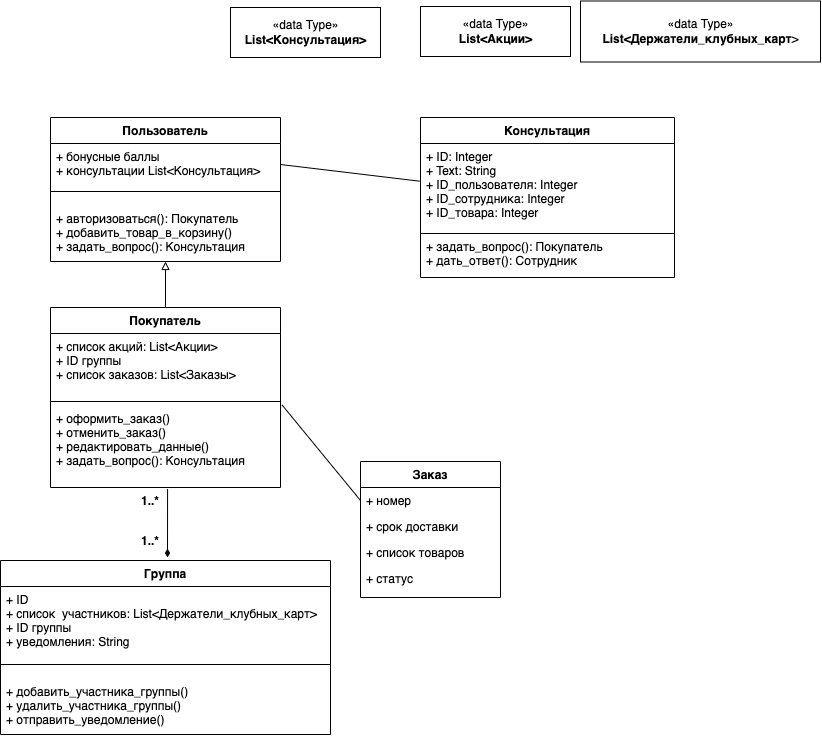
Earlier version of the draw.io export Фон use case: информационной системы компании прямых продаж косметики.drawio.png (shutenkovika/uml). Source tidied: cells renumbered, new cells last; positions are measured from the earlier drawing's top-left corner, leaving out a move shared by most shapes.
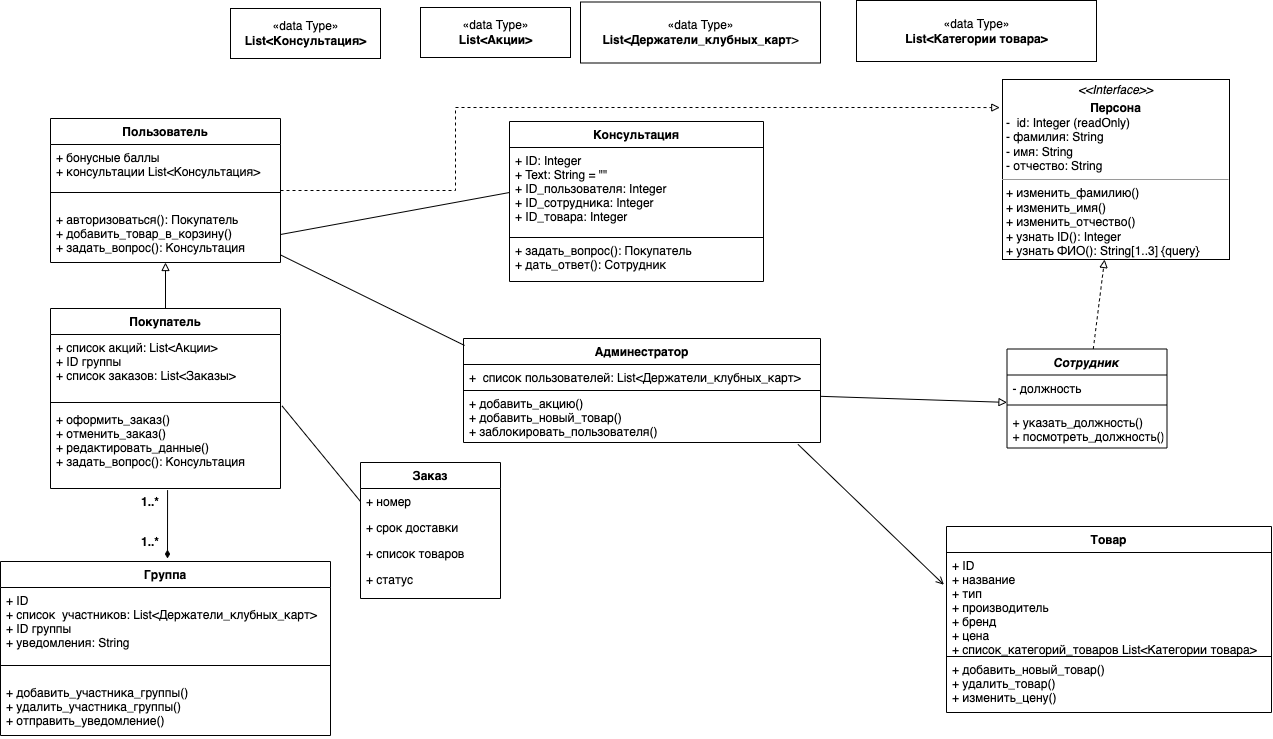
After the change.

Commit message:
Обновление диаграмма классов: информационной системы компании прямых продаж косметики.drawio.png

The edit, as a diff of the source:
```diff
@@ -5,6 +5,15 @@
     <mxCell id="2" style="edgeStyle=orthogonalEdgeStyle;rounded=0;jettySize=auto;html=1;endArrow=none;endFill=0;startArrow=block;startFill=0;" parent="1" edge="1" source="3" target="9">
       <mxGeometry relative="1" as="geometry" />
     </mxCell>
+    <mxCell id="31" style="edgeStyle=orthogonalEdgeStyle;rounded=0;jettySize=auto;html=1;entryX=-0.012;entryY=0.156;entryDx=0;entryDy=0;entryPerimeter=0;dashed=1;fontFamily=Helvetica;fontSize=12;endArrow=block;endFill=0;" parent="1" edge="1" source="3" target="47">
+      <mxGeometry relative="1" as="geometry">
+        <Array as="points">
+          <mxPoint x="455" y="188" />
+          <mxPoint x="455" y="105" />
+          <mxPoint x="970" y="105" />
+        </Array>
+      </mxGeometry>
+    </mxCell>
     <mxCell id="3" value="Пользователь" style="swimlane;fontStyle=1;align=center;verticalAlign=top;horizontal=1;startSize=26;" parent="1" vertex="1">
       <mxGeometry x="50" y="116" width="230" height="144" as="geometry" />
     </mxCell>
@@ -80,19 +89,66 @@
       <mxGeometry y="104" width="140" height="32" as="geometry" />
     </mxCell>
     <mxCell id="27" value="Консультация" style="swimlane;fontStyle=1;horizontal=1;startSize=26;fillColor=default;" parent="1" vertex="1">
-      <mxGeometry x="420" y="116" width="254" height="160" as="geometry" />
+      <mxGeometry x="509" y="119" width="254" height="160" as="geometry" />
     </mxCell>
-    <mxCell id="28" value="+ ID: Integer&#10;+ Text: String&#10;+ ID_пользователя: Integer&#10;+ ID_сотрудника: Integer&#10;+ ID_товара: Integer" style="text;strokeColor=default;fillColor=none;align=left;verticalAlign=top;spacingLeft=4;spacingRight=4;overflow=hidden;points=[[0,0.5],[1,0.5]];portConstraint=eastwest;" parent="27" vertex="1">
+    <mxCell id="28" value="+ ID: Integer&#10;+ Text: String = &quot;&quot;&#10;+ ID_пользователя: Integer&#10;+ ID_сотрудника: Integer&#10;+ ID_товара: Integer" style="text;strokeColor=default;fillColor=none;align=left;verticalAlign=top;spacingLeft=4;spacingRight=4;overflow=hidden;points=[[0,0.5],[1,0.5]];portConstraint=eastwest;" parent="27" vertex="1">
       <mxGeometry y="26" width="254" height="90" as="geometry" />
     </mxCell>
     <mxCell id="29" value="+ задать_вопрос(): Покупатель&#10;+ дать_ответ(): Сотрудник" style="text;strokeColor=none;fillColor=none;align=left;verticalAlign=top;spacingLeft=4;spacingRight=4;overflow=hidden;" parent="27" vertex="1">
       <mxGeometry y="116" width="254" height="44" as="geometry" />
     </mxCell>
-    <mxCell id="30" style="rounded=0;orthogonalLoop=1;jettySize=auto;html=1;entryX=-0.042;entryY=0.108;entryDx=0;entryDy=0;startArrow=none;startFill=0;endArrow=none;endFill=0;entryPerimeter=0;exitX=1;exitY=0;exitDx=0;exitDy=0;" parent="1" edge="1">
-      <mxGeometry relative="1" as="geometry">
-        <mxPoint x="280" y="163" as="sourcePoint" />
-        <mxPoint x="419.1" y="179.7" as="targetPoint" />
-      </mxGeometry>
+    <mxCell id="30" style="rounded=0;jettySize=auto;html=1;entryX=0;entryY=0.5;entryDx=0;entryDy=0;startArrow=none;startFill=0;endArrow=none;endFill=0;exitX=1;exitY=0.5;exitDx=0;exitDy=0;" parent="1" edge="1" source="6" target="28">
+      <mxGeometry relative="1" as="geometry" />
     </mxCell>
+    <mxCell id="32" style="edgeStyle=none;rounded=0;jettySize=auto;html=1;fontFamily=Helvetica;fontSize=12;endArrow=block;endFill=0;" parent="1" edge="1" source="33" target="45">
+      <mxGeometry relative="1" as="geometry" />
+    </mxCell>
+    <mxCell id="33" value="Админестратор" style="swimlane;fontStyle=1;horizontal=1;startSize=26;fillColor=default;" parent="1" vertex="1">
+      <mxGeometry x="463" y="336" width="357" height="104" as="geometry" />
+    </mxCell>
+    <mxCell id="34" value="+  список пользователей: List&lt;Держатели_клубных_карт&gt; " style="text;strokeColor=default;fillColor=none;align=left;verticalAlign=top;spacingLeft=4;spacingRight=4;overflow=hidden;fontStyle=0;" parent="33" vertex="1">
+      <mxGeometry y="26" width="357" height="26" as="geometry" />
+    </mxCell>
+    <mxCell id="35" value="+ добавить_акцию()&#10;+ добавить_новый_товар()&#10;+ заблокировать_пользователя() " style="text;strokeColor=none;fillColor=none;align=left;verticalAlign=top;spacingLeft=4;spacingRight=4;overflow=hidden;points=[[0,0.5],[1,0.5]];portConstraint=eastwest;fontFamily=Helvetica;" parent="33" vertex="1">
+      <mxGeometry y="52" width="357" height="52" as="geometry" />
+    </mxCell>
+    <mxCell id="36" style="rounded=0;jettySize=auto;html=1;startArrow=none;startFill=0;endArrow=none;endFill=0;entryX=0.003;entryY=0.067;entryDx=0;entryDy=0;entryPerimeter=0;" parent="1" edge="1" target="33">
+      <mxGeometry relative="1" as="geometry">
+        <mxPoint x="280" y="252.4" as="sourcePoint" />
+      </mxGeometry>
+    </mxCell>
+    <mxCell id="37" value="Товар" style="swimlane;fontStyle=1;horizontal=1;startSize=26;fillColor=default;" parent="1" vertex="1">
+      <mxGeometry x="946" y="524" width="325" height="186" as="geometry" />
+    </mxCell>
+    <mxCell id="38" value="+ ID&#10;+ название&#10;+ тип&#10;+ производитель&#10;+ бренд&#10;+ цена&#10;+ список_категорий_товаров List&lt;Категории товара&gt;" style="text;strokeColor=default;fillColor=none;align=left;verticalAlign=top;spacingLeft=4;spacingRight=4;overflow=hidden;points=[[0,0.5],[1,0.5]];portConstraint=eastwest;" parent="37" vertex="1">
+      <mxGeometry y="26" width="325" height="104" as="geometry" />
+    </mxCell>
+    <mxCell id="39" value="+ добавить_новый_товар()&#10;+ удалить_товар()&#10;+ изменить_цену()" style="text;strokeColor=none;fillColor=none;align=left;verticalAlign=top;spacingLeft=4;spacingRight=4;overflow=hidden;" parent="37" vertex="1">
+      <mxGeometry y="130" width="325" height="56" as="geometry" />
+    </mxCell>
+    <mxCell id="40" value="«data Type»&lt;br&gt;&lt;span style=&quot;text-align: left&quot;&gt;&lt;b&gt;List&amp;lt;Категории товара&amp;gt;&lt;/b&gt;&lt;/span&gt;" style="html=1;" parent="1" vertex="1">
+      <mxGeometry x="856" y="-2" width="240" height="61" as="geometry" />
+    </mxCell>
+    <mxCell id="41" style="rounded=0;jettySize=auto;html=1;entryX=-0.008;entryY=0.31;entryDx=0;entryDy=0;entryPerimeter=0;fontFamily=Helvetica;fontSize=12;endArrow=open;endFill=0;exitX=0.937;exitY=1.036;exitDx=0;exitDy=0;exitPerimeter=0;" parent="1" edge="1" source="35" target="38">
+      <mxGeometry relative="1" as="geometry" />
+    </mxCell>
+    <mxCell id="42" style="edgeStyle=none;rounded=0;jettySize=auto;html=1;fontFamily=Helvetica;fontSize=12;endArrow=block;endFill=0;dashed=1;" parent="1" edge="1" source="43" target="47">
+      <mxGeometry relative="1" as="geometry" />
+    </mxCell>
+    <mxCell id="43" value="Сотрудник" style="swimlane;fontStyle=3;align=center;verticalAlign=top;horizontal=1;startSize=26;fontFamily=Helvetica;fontSize=12;" parent="1" vertex="1">
+      <mxGeometry x="1006.5" y="346.5" width="160" height="99" as="geometry" />
+    </mxCell>
+    <mxCell id="44" value="- должность&#10;" style="text;strokeColor=none;fillColor=none;align=left;verticalAlign=top;spacingLeft=4;spacingRight=4;overflow=hidden;fontFamily=Helvetica;fontSize=12;" parent="43" vertex="1">
+      <mxGeometry y="26" width="160" height="26" as="geometry" />
+    </mxCell>
+    <mxCell id="45" style="line;strokeWidth=1;fillColor=none;align=left;verticalAlign=middle;spacingTop=-1;spacingLeft=3;spacingRight=3;labelPosition=right;points=[];portConstraint=eastwest;fontFamily=Helvetica;fontSize=12;" parent="43" vertex="1">
+      <mxGeometry y="52" width="160" height="8" as="geometry" />
+    </mxCell>
+    <mxCell id="46" value="+ указать_должность()&#10;+ посмотреть_должность()&#10;" style="text;strokeColor=none;fillColor=none;align=left;verticalAlign=top;spacingLeft=4;spacingRight=4;overflow=hidden;fontFamily=Helvetica;fontSize=12;" parent="43" vertex="1">
+      <mxGeometry y="60" width="160" height="39" as="geometry" />
+    </mxCell>
+    <mxCell id="47" value="&lt;p style=&quot;margin: 0px ; margin-top: 4px ; text-align: center&quot;&gt;&lt;i&gt;&amp;lt;&amp;lt;Interface&amp;gt;&amp;gt;&lt;/i&gt;&lt;br&gt;&lt;/p&gt;&lt;p style=&quot;margin: 0px ; margin-top: 4px ; text-align: center&quot;&gt;&lt;b&gt;Персона&lt;/b&gt;&lt;/p&gt;&lt;p style=&quot;margin: 0px ; margin-left: 4px&quot;&gt;-&amp;nbsp; id: Integer (readOnly)&lt;br&gt;- фамилия: String&lt;/p&gt;&lt;p style=&quot;margin: 0px ; margin-left: 4px&quot;&gt;- имя: String&lt;/p&gt;&lt;p style=&quot;margin: 0px ; margin-left: 4px&quot;&gt;- отчество: String&lt;/p&gt;&lt;hr size=&quot;1&quot;&gt;&lt;p style=&quot;margin: 0px ; margin-left: 4px&quot;&gt;+ изменить_фамилию()&lt;br&gt;+ изменить_имя()&lt;/p&gt;&lt;p style=&quot;margin: 0px ; margin-left: 4px&quot;&gt;+ изменить_отчество()&lt;br&gt;&lt;/p&gt;&lt;p style=&quot;margin: 0px ; margin-left: 4px&quot;&gt;+ узнать ID(): Integer&lt;/p&gt;&lt;p style=&quot;margin: 0px ; margin-left: 4px&quot;&gt;+ узнать ФИО(): String[1..3] {query}&lt;/p&gt;" style="verticalAlign=top;align=left;overflow=fill;fontSize=12;fontFamily=Helvetica;html=1;" parent="1" vertex="1">
+      <mxGeometry x="1002" y="77" width="227" height="180" as="geometry" />
+    </mxCell>
   </root>
 </mxGraphModel>
```
